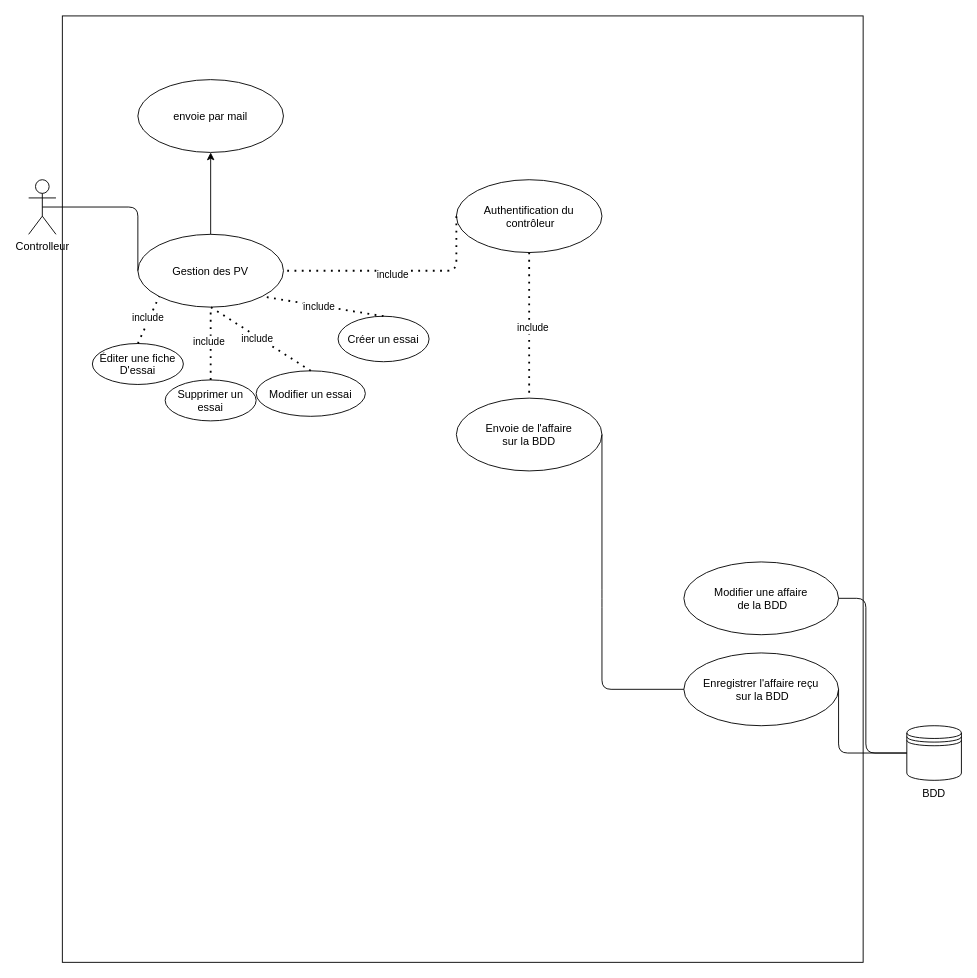
The draw.io diagram Analyse/Robin P/diagrammeDUtilisationRobin.drawio in MRCThomas/testDeVerinSurBancHydraulique, before the edit. Source tidied: cells renumbered, new cells numbered last; positions are measured from the earlier drawing's top-left corner, leaving out a move shared by most shapes. Both pictures are drawn from the tidied source at 91%, with x=0, y=0 at pixel (28, 15).
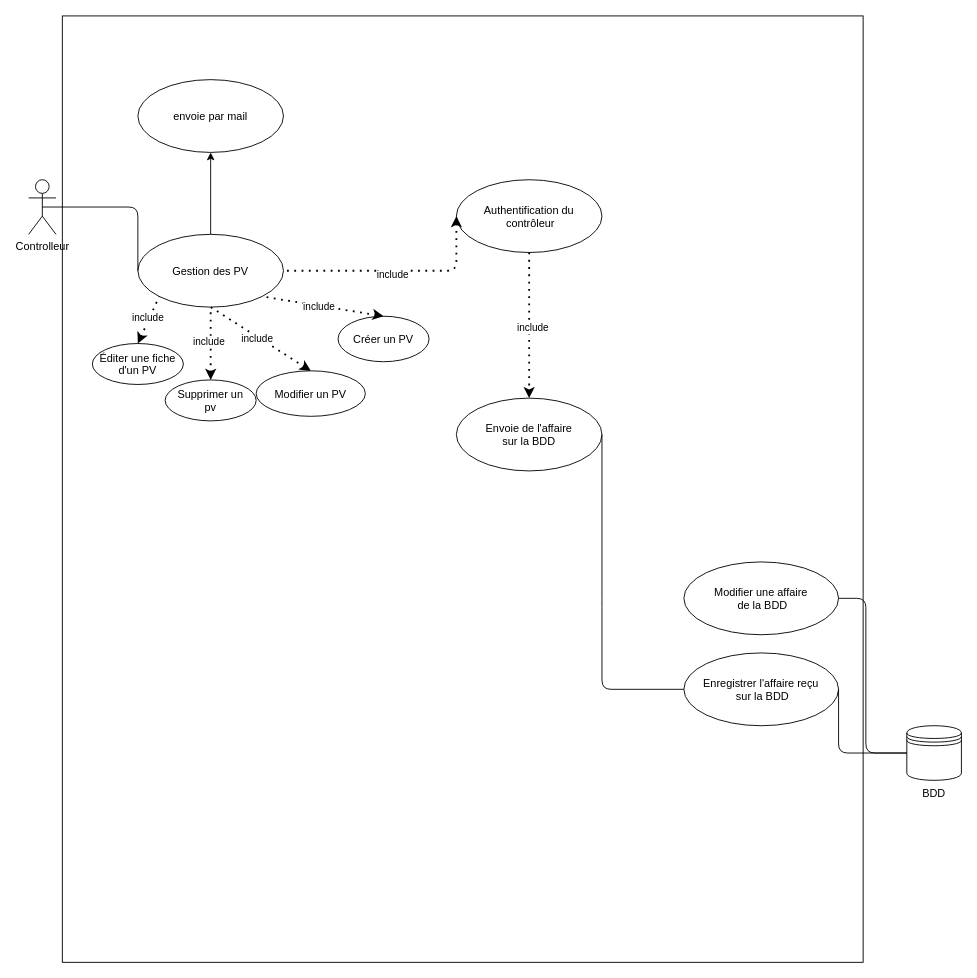
The same page after the edit.

The change refers to these unchanged cells:
```xml
<mxCell id="8" value="Envoie de l'affaire&#10;sur la BDD" style="ellipse;fillColor=none;" parent="1" vertex="1">
  <mxGeometry x="470" y="420" width="160" height="80" as="geometry" />
</mxCell>
<mxCell id="9" value="Authentification du&#10; contrôleur" style="ellipse;fillColor=none;" parent="1" vertex="1">
  <mxGeometry x="470" y="180" width="160" height="80" as="geometry" />
</mxCell>
<mxCell id="15" value="Gestion des PV" style="ellipse;fillColor=none;" parent="1" vertex="1">
  <mxGeometry x="120" y="240" width="160" height="80" as="geometry" />
</mxCell>
```

Diff of the diagram source:
```diff
@@
-    <mxCell id="7" value="include" style="endArrow=none;dashed=1;html=1;dashPattern=1 3;strokeWidth=2;entryX=0.5;entryY=0;entryDx=0;entryDy=0;exitX=0.5;exitY=1;exitDx=0;exitDy=0;" parent="1" edge="1" source="9" target="8">
+    <mxCell id="7" value="include" style="endArrow=classic;dashed=1;html=1;dashPattern=1 3;strokeWidth=2;entryX=0.5;entryY=0;entryDx=0;entryDy=0;exitX=0.5;exitY=1;exitDx=0;exitDy=0;startArrow=none;startFill=0;endFill=1;" parent="1" edge="1" source="9" target="8">
       <mxGeometry x="0.04" y="4" relative="1" as="geometry" />
     </mxCell>
@@
-    <mxCell id="17" value="include" style="endArrow=none;dashed=1;html=1;dashPattern=1 3;strokeWidth=2;entryX=1;entryY=0.5;entryDx=0;entryDy=0;exitX=0;exitY=0.5;exitDx=0;exitDy=0;" parent="1" edge="1" source="9" target="15">
+    <mxCell id="17" value="include" style="endArrow=none;dashed=1;html=1;dashPattern=1 3;strokeWidth=2;entryX=1;entryY=0.5;entryDx=0;entryDy=0;exitX=0;exitY=0.5;exitDx=0;exitDy=0;startArrow=classic;startFill=1;" parent="1" edge="1" source="9" target="15">
       <mxGeometry x="0.04" y="4" relative="1" as="geometry">
         <Array as="points">
           <mxPoint x="470" y="280" />
         </Array>
       </mxGeometry>
     </mxCell>
-    <mxCell id="18" value="include" style="endArrow=none;dashed=1;html=1;dashPattern=1 3;strokeWidth=2;entryX=1;entryY=1;entryDx=0;entryDy=0;exitX=0.5;exitY=0;exitDx=0;exitDy=0;" parent="1" edge="1" source="19" target="15">
+    <mxCell id="18" value="include" style="endArrow=none;dashed=1;html=1;dashPattern=1 3;strokeWidth=2;entryX=1;entryY=1;entryDx=0;entryDy=0;exitX=0.5;exitY=0;exitDx=0;exitDy=0;startArrow=classic;startFill=1;" parent="1" edge="1" source="19" target="15">
       <mxGeometry x="0.06" y="2" relative="1" as="geometry" />
     </mxCell>
-    <mxCell id="19" value="Créer un essai" style="ellipse;fillColor=none;" parent="1" vertex="1">
+    <mxCell id="19" value="Créer un PV" style="ellipse;fillColor=none;" parent="1" vertex="1">
       <mxGeometry x="340" y="330" width="100" height="50" as="geometry" />
     </mxCell>
-    <mxCell id="20" value="Modifier un essai" style="ellipse;fillColor=none;" parent="1" vertex="1">
+    <mxCell id="20" value="Modifier un PV" style="ellipse;fillColor=none;" parent="1" vertex="1">
       <mxGeometry x="250" y="390" width="120" height="50" as="geometry" />
     </mxCell>
-    <mxCell id="21" value="include" style="endArrow=none;dashed=1;html=1;dashPattern=1 3;strokeWidth=2;entryX=0.5;entryY=1;entryDx=0;entryDy=0;exitX=0.5;exitY=0;exitDx=0;exitDy=0;" parent="1" edge="1" source="20" target="15">
+    <mxCell id="21" value="include" style="endArrow=none;dashed=1;html=1;dashPattern=1 3;strokeWidth=2;entryX=0.5;entryY=1;entryDx=0;entryDy=0;exitX=0.5;exitY=0;exitDx=0;exitDy=0;startArrow=classic;startFill=1;" parent="1" edge="1" source="20" target="15">
       <mxGeometry x="0.06" y="2" relative="1" as="geometry" />
     </mxCell>
-    <mxCell id="22" value="Supprimer un &#10;essai" style="ellipse;fillColor=none;" parent="1" vertex="1">
+    <mxCell id="22" value="Supprimer un &#10;pv" style="ellipse;fillColor=none;" parent="1" vertex="1">
       <mxGeometry x="150" y="400" width="100" height="45" as="geometry" />
     </mxCell>
-    <mxCell id="23" value="Éditer une fiche&#10;D'essai" style="ellipse;fillColor=none;" parent="1" vertex="1">
+    <mxCell id="23" value="Éditer une fiche&#10;d'un PV" style="ellipse;fillColor=none;" parent="1" vertex="1">
       <mxGeometry x="70" y="360" width="100" height="45" as="geometry" />
     </mxCell>
-    <mxCell id="24" value="include" style="endArrow=none;dashed=1;html=1;dashPattern=1 3;strokeWidth=2;entryX=0;entryY=1;entryDx=0;entryDy=0;exitX=0.5;exitY=0;exitDx=0;exitDy=0;" parent="1" edge="1" source="23" target="15">
+    <mxCell id="24" value="include" style="endArrow=none;dashed=1;html=1;dashPattern=1 3;strokeWidth=2;entryX=0;entryY=1;entryDx=0;entryDy=0;exitX=0.5;exitY=0;exitDx=0;exitDy=0;endFill=0;startArrow=classic;startFill=1;" parent="1" edge="1" source="23" target="15">
       <mxGeometry x="0.06" y="2" relative="1" as="geometry" />
     </mxCell>
-    <mxCell id="25" value="include" style="endArrow=none;dashed=1;html=1;dashPattern=1 3;strokeWidth=2;entryX=0.5;entryY=1;entryDx=0;entryDy=0;exitX=0.5;exitY=0;exitDx=0;exitDy=0;" parent="1" edge="1" source="22" target="15">
+    <mxCell id="25" value="include" style="endArrow=none;dashed=1;html=1;dashPattern=1 3;strokeWidth=2;entryX=0.5;entryY=1;entryDx=0;entryDy=0;exitX=0.5;exitY=0;exitDx=0;exitDy=0;startArrow=classic;startFill=1;" parent="1" edge="1" source="22" target="15">
       <mxGeometry x="0.06" y="2" relative="1" as="geometry" />
     </mxCell>
```
